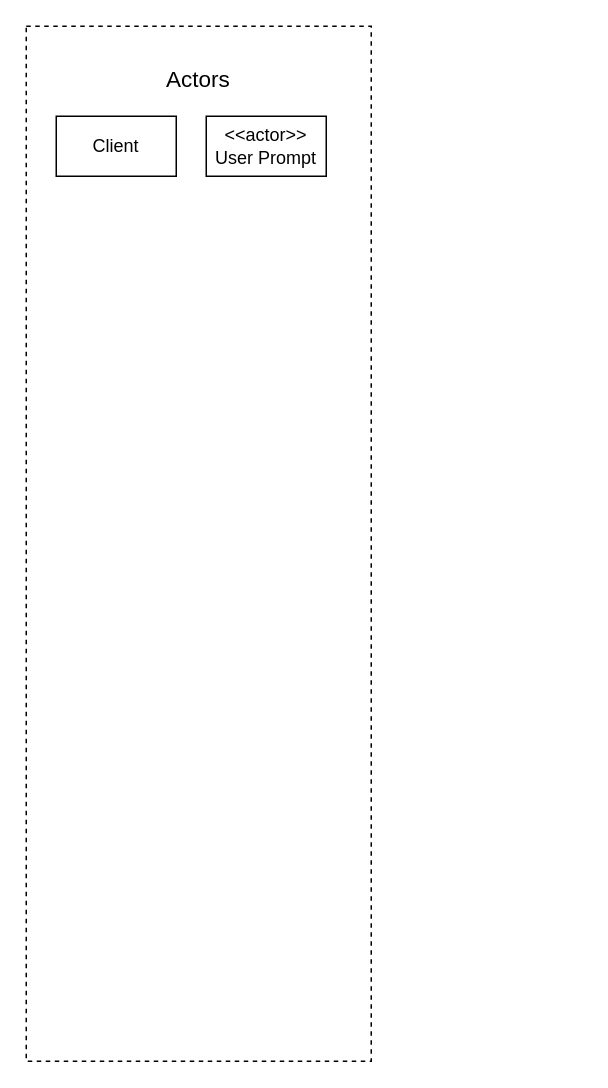
This is egun8n-hexagonal-architecture.drawio from orchlonn/design-doc, a draw.io file, before an edit. Source tidied: cells renumbered, new cells numbered last; positions are measured from the earlier drawing's top-left corner, leaving out a move shared by most shapes. Both pictures are drawn from the tidied source at 150%, with x=0, y=0 at pixel (26, 26).
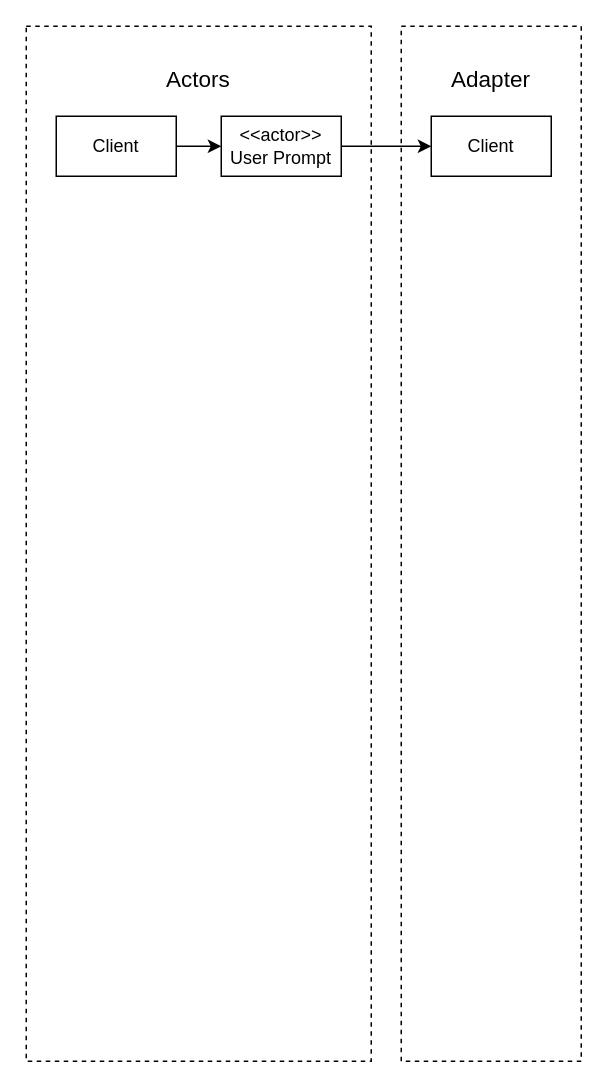
The same diagram, later.

What changed in the source:
```diff
@@
 <mxGraphModel>
   <root>
     <mxCell id="0" />
     <mxCell id="1" parent="0" />
-    <mxCell id="2" style="rounded=0;whiteSpace=wrap;html=1;dashed=1;" parent="1" vertex="1">
+    <mxCell id="2" style="rounded=0;whiteSpace=wrap;html=1;dashed=1;fillColor=none;" parent="1" vertex="1">
       <mxGeometry width="230" height="690" as="geometry" />
     </mxCell>
     <mxCell id="3" value="&lt;font style=&quot;font-size: 15px;&quot;&gt;Actors&lt;/font&gt;" style="text;html=1;whiteSpace=wrap;strokeColor=none;fillColor=none;align=center;verticalAlign=middle;rounded=0;" parent="1" vertex="1">
       <mxGeometry x="85" y="20" width="60" height="30" as="geometry" />
     </mxCell>
+    <mxCell id="6" style="edgeStyle=orthogonalEdgeStyle;rounded=0;jettySize=auto;html=1;" parent="1" edge="1" source="4" target="5">
+      <mxGeometry relative="1" as="geometry" />
+    </mxCell>
     <mxCell id="4" value="Client" style="rounded=0;whiteSpace=wrap;html=1;" parent="1" vertex="1">
       <mxGeometry x="20" y="60" width="80" height="40" as="geometry" />
     </mxCell>
+    <mxCell id="7" style="edgeStyle=orthogonalEdgeStyle;rounded=0;jettySize=auto;html=1;entryX=0;entryY=0.5;entryDx=0;entryDy=0;" parent="1" edge="1" source="5" target="10">
+      <mxGeometry relative="1" as="geometry" />
+    </mxCell>
     <mxCell id="5" value="&lt;div&gt;&amp;lt;&amp;lt;actor&amp;gt;&amp;gt;&lt;/div&gt;User Prompt" style="rounded=0;whiteSpace=wrap;html=1;" parent="1" vertex="1">
-      <mxGeometry x="120" y="60" width="80" height="40" as="geometry" />
+      <mxGeometry x="130" y="60" width="80" height="40" as="geometry" />
     </mxCell>
+    <mxCell id="8" style="rounded=0;whiteSpace=wrap;html=1;dashed=1;gradientColor=none;fillColor=none;" parent="1" vertex="1">
+      <mxGeometry x="250" width="120" height="690" as="geometry" />
+    </mxCell>
+    <mxCell id="9" value="&lt;font style=&quot;font-size: 15px;&quot;&gt;Adapter&lt;/font&gt;" style="text;html=1;whiteSpace=wrap;strokeColor=none;fillColor=none;align=center;verticalAlign=middle;rounded=0;" parent="1" vertex="1">
+      <mxGeometry x="280" y="20" width="60" height="30" as="geometry" />
+    </mxCell>
+    <mxCell id="10" value="Client" style="rounded=0;whiteSpace=wrap;html=1;" parent="1" vertex="1">
+      <mxGeometry x="270" y="60" width="80" height="40" as="geometry" />
+    </mxCell>
   </root>
 </mxGraphModel>
```
